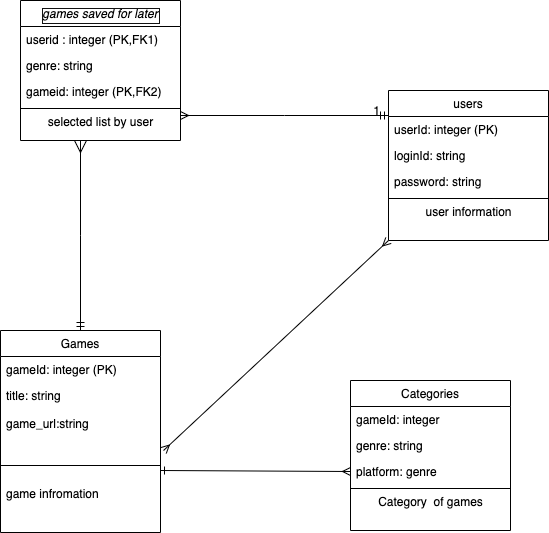
marzo20/project-2-Freegames keeps this draw.io diagram as ERD.png. Above is the earlier version. Source tidied: cells renumbered, new cells last; positions are measured from the earlier drawing's top-left corner, leaving out a move shared by most shapes.
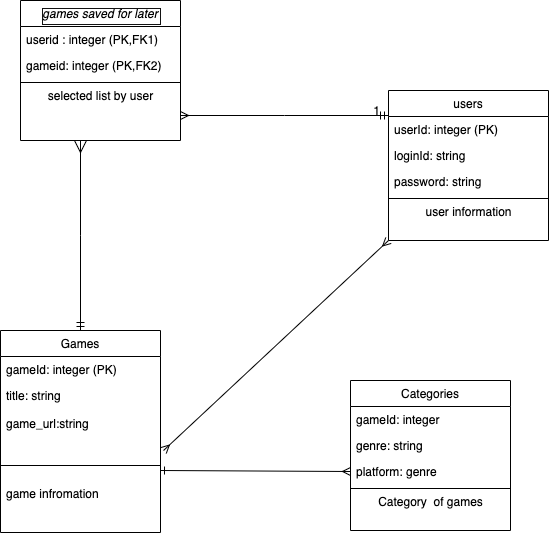
Above is the later version.

What changed in the source:
```diff
@@ -8,17 +8,14 @@
     <mxCell id="3" value="userid : integer (PK,FK1)" style="text;align=left;verticalAlign=top;spacingLeft=4;spacingRight=4;overflow=hidden;fontColor=#000000;" parent="2" vertex="1">
       <mxGeometry y="26" width="160" height="26" as="geometry" />
     </mxCell>
-    <mxCell id="4" value="genre: string" style="text;align=left;verticalAlign=top;spacingLeft=4;spacingRight=4;overflow=hidden;rounded=0;shadow=0;html=0;fontColor=#000000;" parent="2" vertex="1">
-      <mxGeometry y="52" width="160" height="26" as="geometry" />
-    </mxCell>
     <mxCell id="5" value="gameid: integer (PK,FK2)" style="text;align=left;verticalAlign=top;spacingLeft=4;spacingRight=4;overflow=hidden;rounded=0;shadow=0;html=0;fontColor=#000000;" parent="2" vertex="1">
-      <mxGeometry y="78" width="160" height="26" as="geometry" />
+      <mxGeometry y="52" width="160" height="26" as="geometry" />
     </mxCell>
     <mxCell id="6" style="line;html=1;strokeWidth=1;align=left;verticalAlign=middle;spacingTop=-1;spacingLeft=3;spacingRight=3;labelPosition=right;fontColor=#000000;" parent="2" vertex="1">
-      <mxGeometry y="104" width="160" height="8" as="geometry" />
+      <mxGeometry y="78" width="160" height="8" as="geometry" />
     </mxCell>
     <mxCell id="7" value="selected list by user" style="text;html=1;align=center;verticalAlign=middle;strokeColor=none;fillColor=none;fontColor=#000000;" parent="2" vertex="1">
-      <mxGeometry y="112" width="160" height="20" as="geometry" />
+      <mxGeometry y="86" width="160" height="20" as="geometry" />
     </mxCell>
     <mxCell id="8" value="Games" style="swimlane;fontStyle=0;align=center;verticalAlign=top;horizontal=1;startSize=26;rounded=0;shadow=0;strokeWidth=1;fontColor=#000000;" parent="1" vertex="1">
       <mxGeometry y="330" width="160" height="202" as="geometry" />
```
